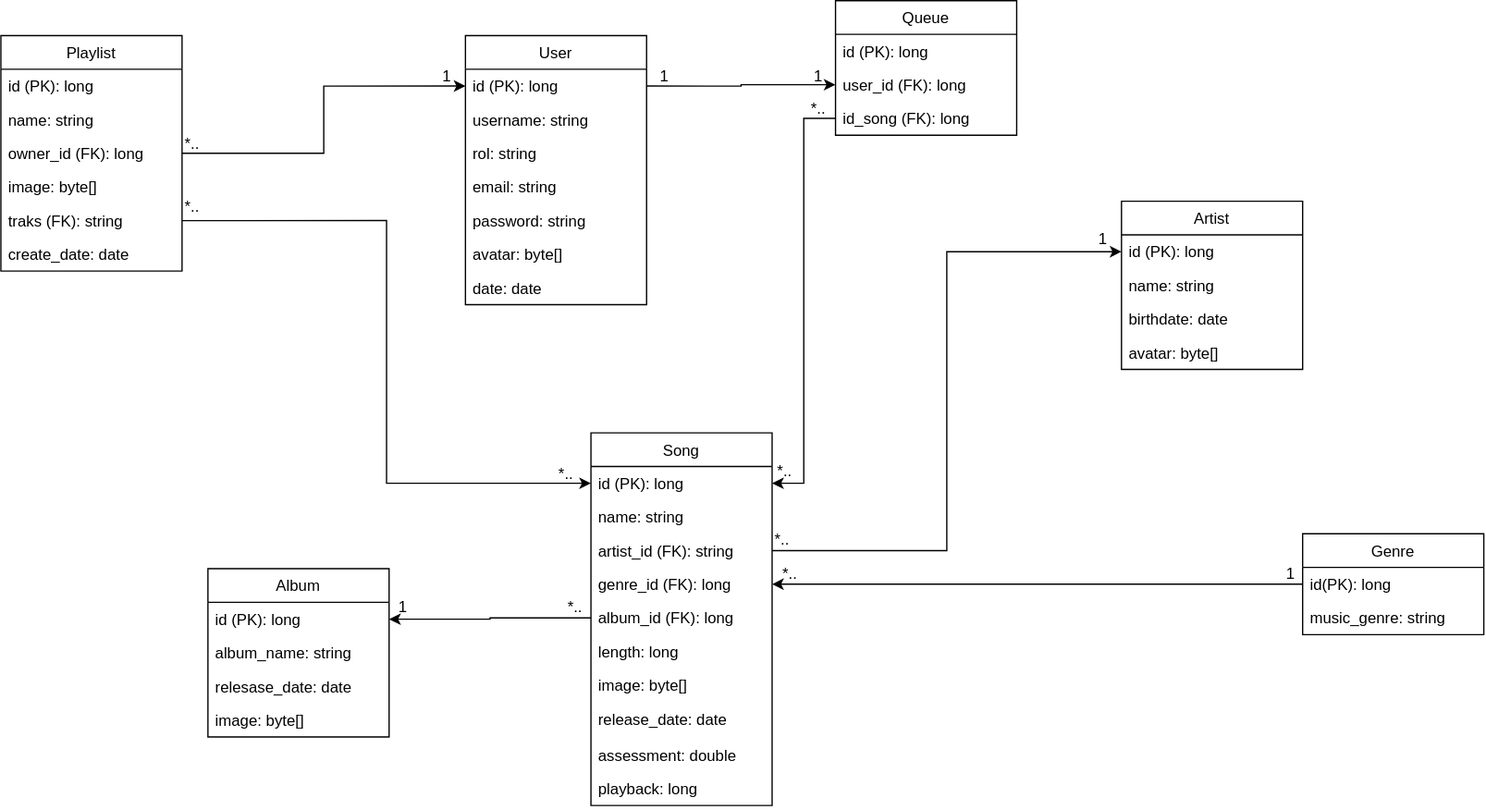
Before: public/diagrama_UML.svg, a diagram exported from draw.io (Luisgb98/PFB-Kreitekfy). Source tidied: cells renumbered, new cells last; positions are measured from the earlier drawing's top-left corner, leaving out a move shared by most shapes.
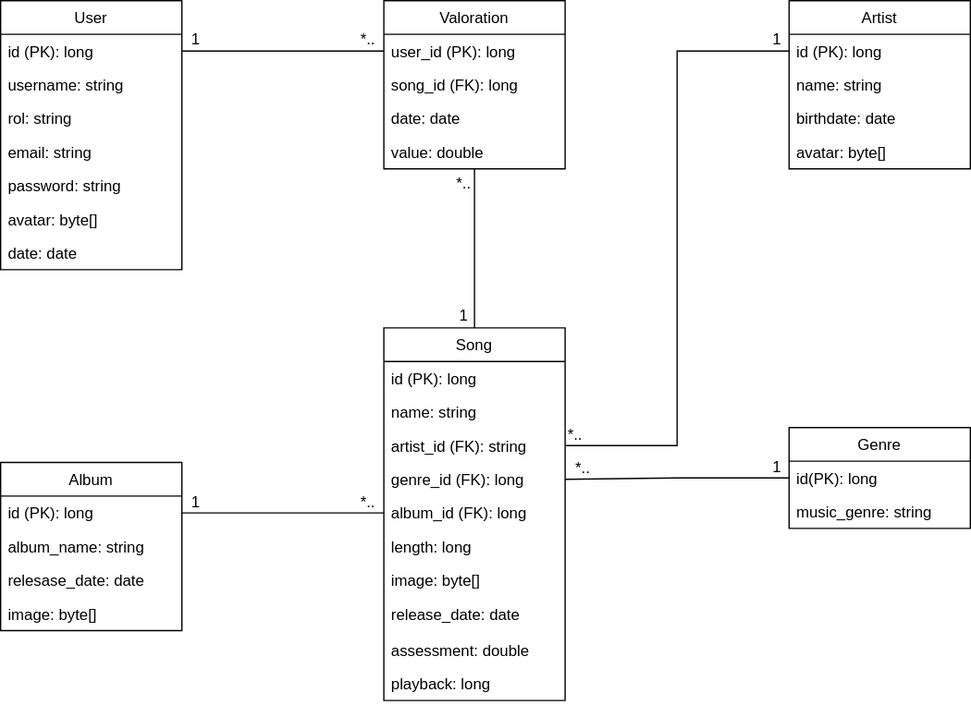
Above is the later version.

Commit message:
UML updated and endpoints added

Diff of the diagram source:
```diff
@@ -36,7 +36,7 @@
       <mxGeometry y="262" width="140" height="26" as="geometry" />
     </mxCell>
     <mxCell id="13" value="User" style="swimlane;fontStyle=0;horizontal=1;startSize=26;fillColor=none;" parent="1" vertex="1">
-      <mxGeometry x="359" y="27" width="140" height="208" as="geometry" />
+      <mxGeometry x="160" y="81" width="140" height="208" as="geometry" />
     </mxCell>
     <mxCell id="14" value="id (PK): long" style="text;strokeColor=none;fillColor=none;align=left;verticalAlign=top;spacingLeft=4;spacingRight=4;overflow=hidden;points=[[0,0.5],[1,0.5]];portConstraint=eastwest;" parent="13" vertex="1">
       <mxGeometry y="26" width="140" height="26" as="geometry" />
@@ -60,7 +60,7 @@
       <mxGeometry y="182" width="140" height="26" as="geometry" />
     </mxCell>
     <mxCell id="21" value="Artist" style="swimlane;fontStyle=0;horizontal=1;startSize=26;fillColor=none;" parent="1" vertex="1">
-      <mxGeometry x="866" y="155" width="140" height="130" as="geometry" />
+      <mxGeometry x="769" y="81" width="140" height="130" as="geometry" />
     </mxCell>
     <mxCell id="22" value="id (PK): long" style="text;strokeColor=none;fillColor=none;align=left;verticalAlign=top;spacingLeft=4;spacingRight=4;overflow=hidden;points=[[0,0.5],[1,0.5]];portConstraint=eastwest;" parent="21" vertex="1">
       <mxGeometry y="26" width="140" height="26" as="geometry" />
@@ -75,7 +75,7 @@
       <mxGeometry y="104" width="140" height="26" as="geometry" />
     </mxCell>
     <mxCell id="26" value="Album" style="swimlane;fontStyle=0;horizontal=1;startSize=26;fillColor=none;" parent="1" vertex="1">
-      <mxGeometry x="160" y="439" width="140" height="130" as="geometry" />
+      <mxGeometry x="160" y="438" width="140" height="130" as="geometry" />
     </mxCell>
     <mxCell id="27" value="id (PK): long" style="text;strokeColor=none;fillColor=none;align=left;verticalAlign=top;spacingLeft=4;spacingRight=4;overflow=hidden;points=[[0,0.5],[1,0.5]];portConstraint=eastwest;" parent="26" vertex="1">
       <mxGeometry y="26" width="140" height="26" as="geometry" />
@@ -90,7 +90,7 @@
       <mxGeometry y="104" width="140" height="26" as="geometry" />
     </mxCell>
     <mxCell id="31" value="Genre" style="swimlane;fontStyle=0;horizontal=1;startSize=26;fillColor=none;" parent="1" vertex="1">
-      <mxGeometry x="1006" y="412" width="140" height="78" as="geometry" />
+      <mxGeometry x="769" y="411" width="140" height="78" as="geometry" />
     </mxCell>
     <mxCell id="32" value="id(PK): long" style="text;strokeColor=none;fillColor=none;align=left;verticalAlign=top;spacingLeft=4;spacingRight=4;overflow=hidden;points=[[0,0.5],[1,0.5]];portConstraint=eastwest;" parent="31" vertex="1">
       <mxGeometry y="26" width="140" height="26" as="geometry" />
@@ -98,68 +98,17 @@
     <mxCell id="33" value="music_genre: string" style="text;strokeColor=none;fillColor=none;align=left;verticalAlign=top;spacingLeft=4;spacingRight=4;overflow=hidden;" parent="31" vertex="1">
       <mxGeometry y="52" width="140" height="26" as="geometry" />
     </mxCell>
-    <mxCell id="34" style="edgeStyle=orthogonalEdgeStyle;rounded=0;jettySize=auto;html=1;exitX=0;exitY=0.5;exitDx=0;exitDy=0;entryX=1;entryY=0.5;entryDx=0;entryDy=0;" parent="1" edge="1" source="32" target="6">
+    <mxCell id="34" style="edgeStyle=orthogonalEdgeStyle;rounded=0;jettySize=auto;html=1;exitX=0;exitY=0.5;exitDx=0;exitDy=0;entryX=1;entryY=0.5;entryDx=0;entryDy=0;endArrow=none;endFill=0;" parent="1" edge="1" source="32" target="6">
       <mxGeometry relative="1" as="geometry" />
     </mxCell>
-    <mxCell id="35" style="edgeStyle=orthogonalEdgeStyle;rounded=0;jettySize=auto;html=1;exitX=1;exitY=0.5;exitDx=0;exitDy=0;entryX=0;entryY=0.5;entryDx=0;entryDy=0;" parent="1" edge="1" source="5" target="22">
+    <mxCell id="35" style="edgeStyle=orthogonalEdgeStyle;rounded=0;jettySize=auto;html=1;exitX=1;exitY=0.5;exitDx=0;exitDy=0;entryX=0;entryY=0.5;entryDx=0;entryDy=0;endArrow=none;endFill=0;" parent="1" edge="1" source="5" target="22">
       <mxGeometry relative="1" as="geometry" />
     </mxCell>
-    <mxCell id="36" value="Queue" style="swimlane;fontStyle=0;horizontal=1;startSize=26;fillColor=none;" parent="1" vertex="1">
-      <mxGeometry x="645" width="140" height="104" as="geometry" />
-    </mxCell>
-    <mxCell id="37" value="id (PK): long" style="text;strokeColor=none;fillColor=none;align=left;verticalAlign=top;spacingLeft=4;spacingRight=4;overflow=hidden;" parent="36" vertex="1">
-      <mxGeometry y="26" width="140" height="26" as="geometry" />
-    </mxCell>
-    <mxCell id="38" value="user_id (FK): long" style="text;strokeColor=none;fillColor=none;align=left;verticalAlign=top;spacingLeft=4;spacingRight=4;overflow=hidden;points=[[0,0.5],[1,0.5]];portConstraint=eastwest;" parent="36" vertex="1">
-      <mxGeometry y="52" width="140" height="26" as="geometry" />
-    </mxCell>
-    <mxCell id="39" value="id_song (FK): long" style="text;strokeColor=none;fillColor=none;align=left;verticalAlign=top;spacingLeft=4;spacingRight=4;overflow=hidden;points=[[0,0.5],[1,0.5]];portConstraint=eastwest;" parent="36" vertex="1">
-      <mxGeometry y="78" width="140" height="26" as="geometry" />
-    </mxCell>
-    <mxCell id="40" style="edgeStyle=orthogonalEdgeStyle;rounded=0;jettySize=auto;html=1;exitX=0;exitY=0.5;exitDx=0;exitDy=0;" parent="1" edge="1" source="7" target="27">
+    <mxCell id="40" style="edgeStyle=orthogonalEdgeStyle;rounded=0;jettySize=auto;html=1;exitX=0;exitY=0.5;exitDx=0;exitDy=0;endArrow=none;endFill=0;" parent="1" edge="1" source="7" target="27">
       <mxGeometry relative="1" as="geometry" />
     </mxCell>
-    <mxCell id="41" style="edgeStyle=orthogonalEdgeStyle;rounded=0;jettySize=auto;html=1;exitX=0;exitY=0.5;exitDx=0;exitDy=0;entryX=1;entryY=0.5;entryDx=0;entryDy=0;" parent="1" edge="1" source="39" target="3">
-      <mxGeometry relative="1" as="geometry" />
-    </mxCell>
-    <mxCell id="42" style="edgeStyle=orthogonalEdgeStyle;rounded=0;jettySize=auto;html=1;exitX=1;exitY=0.5;exitDx=0;exitDy=0;entryX=0;entryY=0.5;entryDx=0;entryDy=0;" parent="1" edge="1" source="14" target="38">
-      <mxGeometry relative="1" as="geometry" />
-    </mxCell>
-    <mxCell id="43" value="Playlist" style="swimlane;fontStyle=0;horizontal=1;startSize=26;fillColor=none;" parent="1" vertex="1">
-      <mxGeometry y="27" width="140" height="182" as="geometry" />
-    </mxCell>
-    <mxCell id="44" value="id (PK): long" style="text;strokeColor=none;fillColor=none;align=left;verticalAlign=top;spacingLeft=4;spacingRight=4;overflow=hidden;" parent="43" vertex="1">
-      <mxGeometry y="26" width="140" height="26" as="geometry" />
-    </mxCell>
-    <mxCell id="45" value="name: string" style="text;strokeColor=none;fillColor=none;align=left;verticalAlign=top;spacingLeft=4;spacingRight=4;overflow=hidden;" parent="43" vertex="1">
-      <mxGeometry y="52" width="140" height="26" as="geometry" />
-    </mxCell>
-    <mxCell id="46" value="owner_id (FK): long" style="text;strokeColor=none;fillColor=none;align=left;verticalAlign=top;spacingLeft=4;spacingRight=4;overflow=hidden;points=[[0,0.5],[1,0.5]];portConstraint=eastwest;" parent="43" vertex="1">
-      <mxGeometry y="78" width="140" height="26" as="geometry" />
-    </mxCell>
-    <mxCell id="47" value="image: byte[]" style="text;strokeColor=none;fillColor=none;align=left;verticalAlign=top;spacingLeft=4;spacingRight=4;overflow=hidden;" parent="43" vertex="1">
-      <mxGeometry y="104" width="140" height="26" as="geometry" />
-    </mxCell>
-    <mxCell id="48" value="traks (FK): string" style="text;strokeColor=none;fillColor=none;align=left;verticalAlign=top;spacingLeft=4;spacingRight=4;overflow=hidden;points=[[0,0.5],[1,0.5]];portConstraint=eastwest;" parent="43" vertex="1">
-      <mxGeometry y="130" width="140" height="26" as="geometry" />
-    </mxCell>
-    <mxCell id="49" value="create_date: date" style="text;strokeColor=none;fillColor=none;align=left;verticalAlign=top;spacingLeft=4;spacingRight=4;overflow=hidden;" parent="43" vertex="1">
-      <mxGeometry y="156" width="140" height="26" as="geometry" />
-    </mxCell>
-    <mxCell id="50" style="edgeStyle=orthogonalEdgeStyle;rounded=0;jettySize=auto;html=1;exitX=1;exitY=0.5;exitDx=0;exitDy=0;entryX=0;entryY=0.5;entryDx=0;entryDy=0;" parent="1" edge="1" source="46" target="14">
-      <mxGeometry relative="1" as="geometry" />
-    </mxCell>
-    <mxCell id="51" style="edgeStyle=orthogonalEdgeStyle;rounded=0;jettySize=auto;html=1;exitX=1;exitY=0.5;exitDx=0;exitDy=0;entryX=0;entryY=0.5;entryDx=0;entryDy=0;" parent="1" edge="1" source="48" target="3">
-      <mxGeometry relative="1" as="geometry" />
-    </mxCell>
-    <mxCell id="52" value="1" style="text;html=1;strokeColor=none;fillColor=none;align=center;verticalAlign=middle;whiteSpace=wrap;rounded=0;" parent="1" vertex="1">
-      <mxGeometry x="315" y="44" width="60" height="30" as="geometry" />
-    </mxCell>
-    <mxCell id="53" value="*.." style="text;html=1;strokeColor=none;fillColor=none;align=center;verticalAlign=middle;whiteSpace=wrap;rounded=0;" parent="1" vertex="1">
-      <mxGeometry x="118" y="96" width="60" height="30" as="geometry" />
-    </mxCell>
     <mxCell id="54" value="1" style="text;html=1;strokeColor=none;fillColor=none;align=center;verticalAlign=middle;whiteSpace=wrap;rounded=0;" parent="1" vertex="1">
-      <mxGeometry x="822" y="170" width="60" height="30" as="geometry" />
+      <mxGeometry x="730" y="96" width="60" height="30" as="geometry" />
     </mxCell>
     <mxCell id="55" value="*.." style="text;html=1;strokeColor=none;fillColor=none;align=center;verticalAlign=middle;whiteSpace=wrap;rounded=0;" parent="1" vertex="1">
       <mxGeometry x="574" y="402" width="60" height="30" as="geometry" />
@@ -174,25 +123,40 @@
       <mxGeometry x="580" y="428" width="60" height="30" as="geometry" />
     </mxCell>
     <mxCell id="59" value="1" style="text;html=1;strokeColor=none;fillColor=none;align=center;verticalAlign=middle;whiteSpace=wrap;rounded=0;" parent="1" vertex="1">
-      <mxGeometry x="967" y="428" width="60" height="30" as="geometry" />
+      <mxGeometry x="730" y="427" width="60" height="30" as="geometry" />
     </mxCell>
-    <mxCell id="60" value="*.." style="text;html=1;strokeColor=none;fillColor=none;align=center;verticalAlign=middle;whiteSpace=wrap;rounded=0;" parent="1" vertex="1">
-      <mxGeometry x="576" y="349" width="60" height="30" as="geometry" />
-    </mxCell>
-    <mxCell id="61" value="1" style="text;html=1;strokeColor=none;fillColor=none;align=center;verticalAlign=middle;whiteSpace=wrap;rounded=0;" parent="1" vertex="1">
-      <mxGeometry x="602" y="44" width="60" height="30" as="geometry" />
-    </mxCell>
-    <mxCell id="62" value="*.." style="text;html=1;strokeColor=none;fillColor=none;align=center;verticalAlign=middle;whiteSpace=wrap;rounded=0;" parent="1" vertex="1">
-      <mxGeometry x="407" y="351" width="60" height="30" as="geometry" />
-    </mxCell>
-    <mxCell id="63" value="*.." style="text;html=1;strokeColor=none;fillColor=none;align=center;verticalAlign=middle;whiteSpace=wrap;rounded=0;" parent="1" vertex="1">
-      <mxGeometry x="118" y="145" width="60" height="30" as="geometry" />
-    </mxCell>
-    <mxCell id="64" value="*.." style="text;html=1;strokeColor=none;fillColor=none;align=center;verticalAlign=middle;whiteSpace=wrap;rounded=0;" parent="1" vertex="1">
-      <mxGeometry x="602" y="69" width="60" height="30" as="geometry" />
-    </mxCell>
-    <mxCell id="65" value="1" style="text;html=1;strokeColor=none;fillColor=none;align=center;verticalAlign=middle;whiteSpace=wrap;rounded=0;" parent="1" vertex="1">
-      <mxGeometry x="483" y="44" width="60" height="30" as="geometry" />
-    </mxCell>
+    <mxCell id="66" style="edgeStyle=orthogonalEdgeStyle;rounded=0;jettySize=auto;html=1;exitX=0.5;exitY=1;exitDx=0;exitDy=0;entryX=0.5;entryY=0;entryDx=0;entryDy=0;endArrow=none;endFill=0;" parent="1" edge="1" source="67" target="2">
+      <mxGeometry relative="1" as="geometry" />
+    </mxCell>
+    <mxCell id="67" value="Valoration" style="swimlane;fontStyle=0;horizontal=1;startSize=26;fillColor=none;" parent="1" vertex="1">
+      <mxGeometry x="456" y="81" width="140" height="130" as="geometry" />
+    </mxCell>
+    <mxCell id="68" value="user_id (PK): long" style="text;strokeColor=none;fillColor=none;align=left;verticalAlign=top;spacingLeft=4;spacingRight=4;overflow=hidden;points=[[0,0.5],[1,0.5]];portConstraint=eastwest;" parent="67" vertex="1">
+      <mxGeometry y="26" width="140" height="26" as="geometry" />
+    </mxCell>
+    <mxCell id="69" value="song_id (FK): long" style="text;strokeColor=none;fillColor=none;align=left;verticalAlign=top;spacingLeft=4;spacingRight=4;overflow=hidden;" parent="67" vertex="1">
+      <mxGeometry y="52" width="140" height="26" as="geometry" />
+    </mxCell>
+    <mxCell id="70" value="date: date" style="text;strokeColor=none;fillColor=none;align=left;verticalAlign=top;spacingLeft=4;spacingRight=4;overflow=hidden;" parent="67" vertex="1">
+      <mxGeometry y="78" width="140" height="26" as="geometry" />
+    </mxCell>
+    <mxCell id="71" value="value: double" style="text;strokeColor=none;fillColor=none;align=left;verticalAlign=top;spacingLeft=4;spacingRight=4;overflow=hidden;" parent="67" vertex="1">
+      <mxGeometry y="104" width="140" height="26" as="geometry" />
+    </mxCell>
+    <mxCell id="72" style="edgeStyle=orthogonalEdgeStyle;rounded=0;jettySize=auto;html=1;exitX=1;exitY=0.5;exitDx=0;exitDy=0;entryX=0;entryY=0.5;entryDx=0;entryDy=0;endArrow=none;endFill=0;" parent="1" edge="1" source="14" target="68">
+      <mxGeometry relative="1" as="geometry" />
+    </mxCell>
+    <mxCell id="73" value="1" style="text;html=1;strokeColor=none;fillColor=none;align=center;verticalAlign=middle;whiteSpace=wrap;rounded=0;" parent="1" vertex="1">
+      <mxGeometry x="488" y="310" width="60" height="30" as="geometry" />
+    </mxCell>
+    <mxCell id="74" value="*.." style="text;html=1;strokeColor=none;fillColor=none;align=center;verticalAlign=middle;whiteSpace=wrap;rounded=0;" parent="1" vertex="1">
+      <mxGeometry x="488" y="208" width="60" height="30" as="geometry" />
+    </mxCell>
+    <mxCell id="75" value="*.." style="text;html=1;strokeColor=none;fillColor=none;align=center;verticalAlign=middle;whiteSpace=wrap;rounded=0;" parent="1" vertex="1">
+      <mxGeometry x="414" y="96" width="60" height="30" as="geometry" />
+    </mxCell>
+    <mxCell id="76" value="1" style="text;html=1;strokeColor=none;fillColor=none;align=center;verticalAlign=middle;whiteSpace=wrap;rounded=0;" parent="1" vertex="1">
+      <mxGeometry x="281" y="96" width="60" height="30" as="geometry" />
+    </mxCell>
   </root>
 </mxGraphModel>
```
